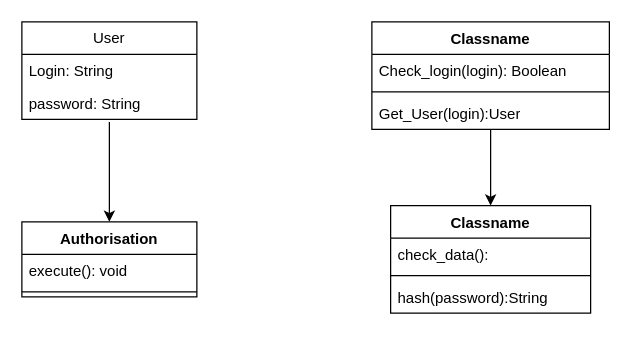
Above: 4.drawio in SirGisa/Lab4short (draw.io), before the change. Source tidied: cells renumbered, new cells numbered last; positions are measured from the earlier drawing's top-left corner, leaving out a move shared by most shapes. Both pictures are drawn from the tidied source at 125%, with x=0, y=0 at pixel (21, 21).
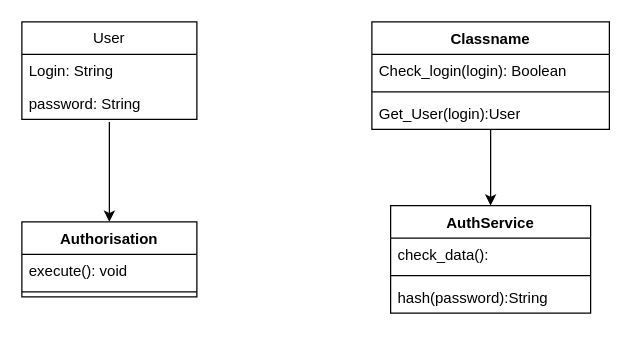
The same diagram, later.

Change to the diagram source:
```diff
@@
 <mxGraphModel>
   <root>
     <mxCell id="0" />
     <mxCell id="1" parent="0" />
     <mxCell id="2" style="edgeStyle=orthogonalEdgeStyle;rounded=0;jettySize=auto;html=1;entryX=0.5;entryY=0;entryDx=0;entryDy=0;" parent="1" edge="1" target="6">
       <mxGeometry relative="1" as="geometry">
         <mxPoint x="70" y="80" as="sourcePoint" />
         <Array as="points">
           <mxPoint x="70" y="80" />
         </Array>
       </mxGeometry>
     </mxCell>
     <mxCell id="3" value="User" style="swimlane;fontStyle=0;horizontal=1;startSize=26;fillColor=none;whiteSpace=wrap;html=1;" parent="1" vertex="1">
       <mxGeometry width="140" height="78" as="geometry" />
     </mxCell>
     <mxCell id="4" value="Login: String" style="text;strokeColor=none;fillColor=none;align=left;verticalAlign=top;spacingLeft=4;spacingRight=4;overflow=hidden;whiteSpace=wrap;html=1;" parent="3" vertex="1">
       <mxGeometry y="26" width="140" height="26" as="geometry" />
     </mxCell>
     <mxCell id="5" value="password: String" style="text;strokeColor=none;fillColor=none;align=left;verticalAlign=top;spacingLeft=4;spacingRight=4;overflow=hidden;whiteSpace=wrap;html=1;" parent="3" vertex="1">
       <mxGeometry y="52" width="140" height="26" as="geometry" />
     </mxCell>
     <mxCell id="6" value="Authorisation" style="swimlane;fontStyle=1;align=center;verticalAlign=top;horizontal=1;startSize=26;whiteSpace=wrap;html=1;" parent="1" vertex="1">
       <mxGeometry y="160" width="140" height="60" as="geometry" />
     </mxCell>
     <mxCell id="7" value="execute(): void" style="text;strokeColor=none;fillColor=none;align=left;verticalAlign=top;spacingLeft=4;spacingRight=4;overflow=hidden;whiteSpace=wrap;html=1;" parent="6" vertex="1">
       <mxGeometry y="26" width="140" height="26" as="geometry" />
     </mxCell>
     <mxCell id="8" style="line;strokeWidth=1;fillColor=none;align=left;verticalAlign=middle;spacingTop=-1;spacingLeft=3;spacingRight=3;labelPosition=right;strokeColor=inherit;" parent="6" vertex="1">
       <mxGeometry y="52" width="140" height="8" as="geometry" />
     </mxCell>
     <mxCell id="9" style="edgeStyle=orthogonalEdgeStyle;rounded=0;jettySize=auto;html=1;entryX=0.5;entryY=0;entryDx=0;entryDy=0;" parent="1" edge="1" source="10" target="14">
       <mxGeometry relative="1" as="geometry" />
     </mxCell>
     <mxCell id="10" value="Classname" style="swimlane;fontStyle=1;align=center;verticalAlign=top;horizontal=1;startSize=26;whiteSpace=wrap;html=1;" parent="1" vertex="1">
       <mxGeometry x="280" width="190" height="86" as="geometry" />
     </mxCell>
     <mxCell id="11" value="Check_login(login): Boolean" style="text;strokeColor=none;fillColor=none;align=left;verticalAlign=top;spacingLeft=4;spacingRight=4;overflow=hidden;whiteSpace=wrap;html=1;" parent="10" vertex="1">
       <mxGeometry y="26" width="190" height="26" as="geometry" />
     </mxCell>
     <mxCell id="12" style="line;strokeWidth=1;fillColor=none;align=left;verticalAlign=middle;spacingTop=-1;spacingLeft=3;spacingRight=3;labelPosition=right;strokeColor=inherit;" parent="10" vertex="1">
       <mxGeometry y="52" width="190" height="8" as="geometry" />
     </mxCell>
     <mxCell id="13" value="Get_User(login):User" style="text;strokeColor=none;fillColor=none;align=left;verticalAlign=top;spacingLeft=4;spacingRight=4;overflow=hidden;whiteSpace=wrap;html=1;" parent="10" vertex="1">
       <mxGeometry y="60" width="190" height="26" as="geometry" />
     </mxCell>
-    <mxCell id="14" value="Classname" style="swimlane;fontStyle=1;align=center;verticalAlign=top;horizontal=1;startSize=26;whiteSpace=wrap;html=1;" parent="1" vertex="1">
+    <mxCell id="14" value="AuthService" style="swimlane;fontStyle=1;align=center;verticalAlign=top;horizontal=1;startSize=26;whiteSpace=wrap;html=1;" parent="1" vertex="1">
       <mxGeometry x="295" y="147" width="160" height="86" as="geometry" />
     </mxCell>
     <mxCell id="15" value="check_data():" style="text;strokeColor=none;fillColor=none;align=left;verticalAlign=top;spacingLeft=4;spacingRight=4;overflow=hidden;whiteSpace=wrap;html=1;" parent="14" vertex="1">
       <mxGeometry y="26" width="160" height="26" as="geometry" />
     </mxCell>
     <mxCell id="16" style="line;strokeWidth=1;fillColor=none;align=left;verticalAlign=middle;spacingTop=-1;spacingLeft=3;spacingRight=3;labelPosition=right;strokeColor=inherit;" parent="14" vertex="1">
       <mxGeometry y="52" width="160" height="8" as="geometry" />
     </mxCell>
     <mxCell id="17" value="hash(password):String" style="text;strokeColor=none;fillColor=none;align=left;verticalAlign=top;spacingLeft=4;spacingRight=4;overflow=hidden;whiteSpace=wrap;html=1;" parent="14" vertex="1">
       <mxGeometry y="60" width="160" height="26" as="geometry" />
     </mxCell>
   </root>
 </mxGraphModel>
```
